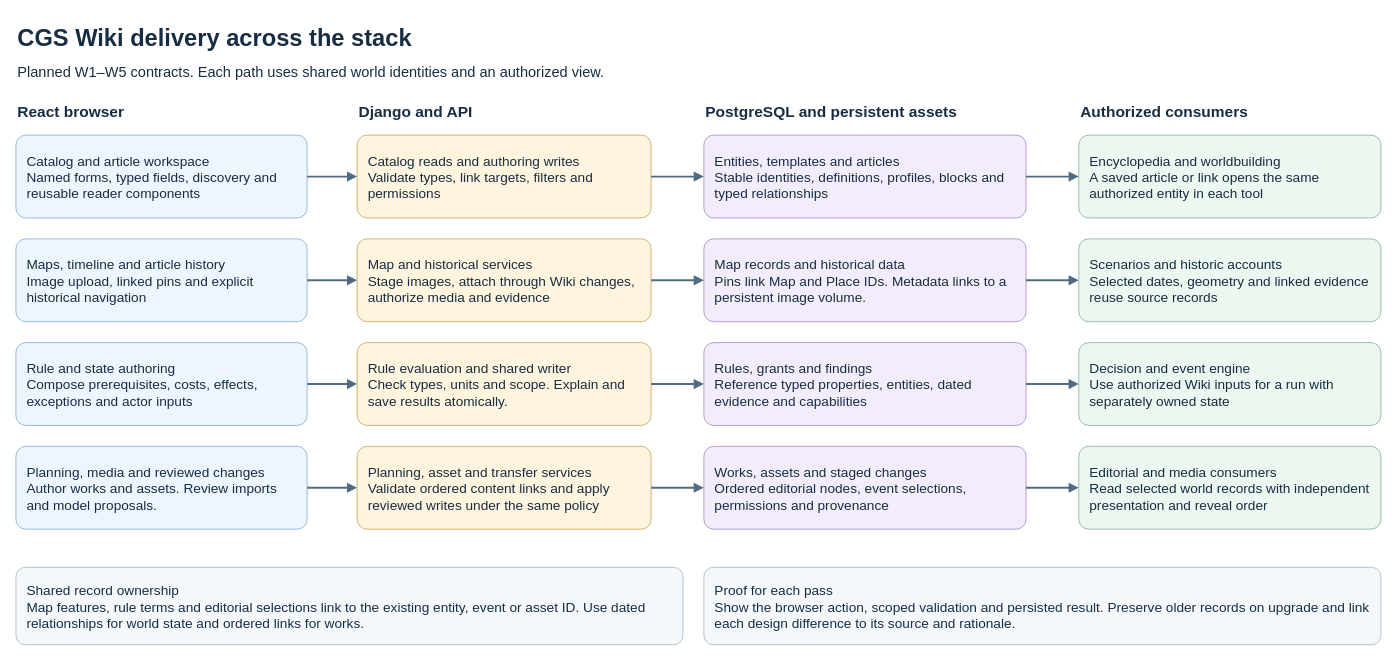
This is page "Full Wiki delivery and consumers" (6 of 17) of docs/CGS_Codex_Local_Handoff/CGS_First_Playable_Architecture.drawio from DEVdaVinci/CGS-v1, a draw.io file, before an edit. Source tidied: cells renumbered, new cells numbered last; positions are measured from the earlier drawing's top-left corner, leaving out a move shared by most shapes. Both pictures are drawn from the tidied source at 91%, with x=0, y=0 at pixel (15, 15).
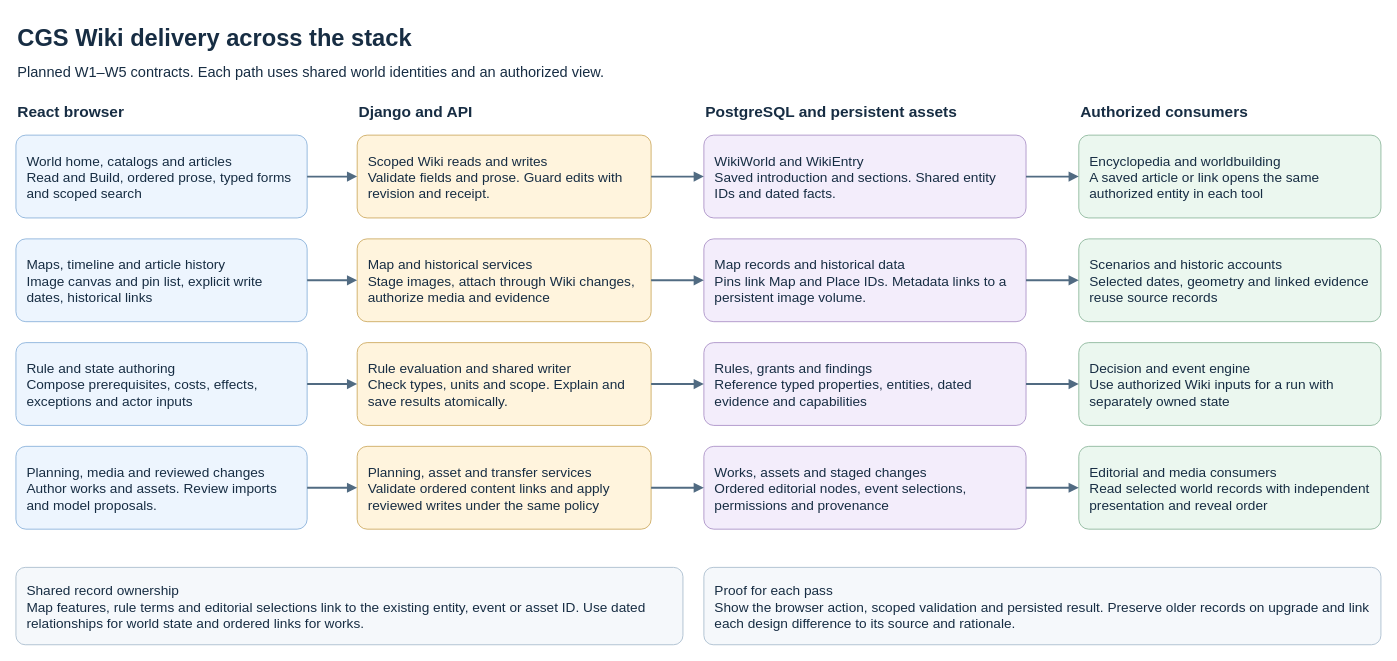
Above is the later version.

The edit, as a diff of the source:
```diff
@@
-    <mxCell id="8" value="Catalog and article workspace&#10;Named forms, typed fields, discovery and reusable reader components" style="rounded=1;arcSize=12;whiteSpace=wrap;align=left;verticalAlign=middle;spacing=12;fontSize=15;fillColor=#EDF5FE;strokeColor=#8EB4DC;fontColor=#172D43;" parent="1" vertex="1">
+    <mxCell id="8" value="World home, catalogs and articles&#10;Read and Build, ordered prose, typed forms and scoped search" style="rounded=1;arcSize=12;whiteSpace=wrap;align=left;verticalAlign=middle;spacing=12;fontSize=15;fillColor=#EDF5FE;strokeColor=#8EB4DC;fontColor=#172D43;" parent="1" vertex="1">
       <mxGeometry y="131" width="320" height="91" as="geometry" />
     </mxCell>
-    <mxCell id="9" value="Catalog reads and authoring writes&#10;Validate types, link targets, filters and permissions" style="rounded=1;arcSize=12;whiteSpace=wrap;align=left;verticalAlign=middle;spacing=12;fontSize=15;fillColor=#FFF4DD;strokeColor=#CFAD65;fontColor=#172D43;" parent="1" vertex="1">
+    <mxCell id="9" value="Scoped Wiki reads and writes&#10;Validate fields and prose. Guard edits with revision and receipt." style="rounded=1;arcSize=12;whiteSpace=wrap;align=left;verticalAlign=middle;spacing=12;fontSize=15;fillColor=#FFF4DD;strokeColor=#CFAD65;fontColor=#172D43;" parent="1" vertex="1">
       <mxGeometry x="375" y="131" width="323" height="91" as="geometry" />
     </mxCell>
-    <mxCell id="10" value="Entities, templates and articles&#10;Stable identities, definitions, profiles, blocks and typed relationships" style="rounded=1;arcSize=12;whiteSpace=wrap;align=left;verticalAlign=middle;spacing=12;fontSize=15;fillColor=#F3EDFB;strokeColor=#AE96C9;fontColor=#172D43;" parent="1" vertex="1">
+    <mxCell id="10" value="WikiWorld and WikiEntry&#10;Saved introduction and sections. Shared entity IDs and dated facts." style="rounded=1;arcSize=12;whiteSpace=wrap;align=left;verticalAlign=middle;spacing=12;fontSize=15;fillColor=#F3EDFB;strokeColor=#AE96C9;fontColor=#172D43;" parent="1" vertex="1">
       <mxGeometry x="756" y="131" width="354" height="91" as="geometry" />
     </mxCell>
@@
-    <mxCell id="12" value="Maps, timeline and article history&#10;Image upload, linked pins and explicit historical navigation" style="rounded=1;arcSize=12;whiteSpace=wrap;align=left;verticalAlign=middle;spacing=12;fontSize=15;fillColor=#EDF5FE;strokeColor=#8EB4DC;fontColor=#172D43;" parent="1" vertex="1">
+    <mxCell id="12" value="Maps, timeline and article history&#10;Image canvas and pin list, explicit write dates, historical links" style="rounded=1;arcSize=12;whiteSpace=wrap;align=left;verticalAlign=middle;spacing=12;fontSize=15;fillColor=#EDF5FE;strokeColor=#8EB4DC;fontColor=#172D43;" parent="1" vertex="1">
       <mxGeometry y="245" width="320" height="91" as="geometry" />
     </mxCell>
```
